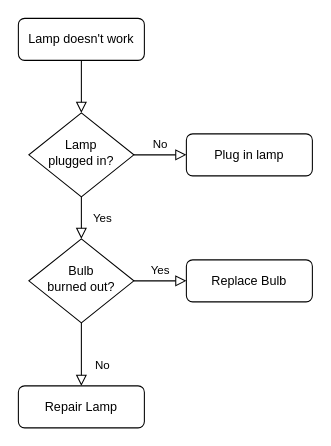
This is FlowChart4Project_Diagram.drawio from rccsawa11/CIS18A_Final, a draw.io file, before an edit. Source tidied: cells renumbered, new cells numbered last; positions are measured from the earlier drawing's top-left corner, leaving out a move shared by most shapes. Both pictures are drawn from the tidied source at 105%, with x=0, y=0 at pixel (18, 18).
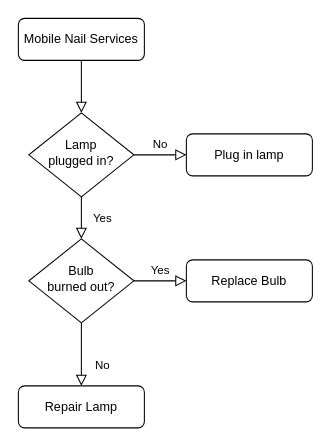
The same page after the edit.

What changed in the source:
```diff
@@
 <mxGraphModel>
   <root>
     <mxCell id="0" />
     <mxCell id="1" parent="0" />
     <mxCell id="2" style="rounded=0;html=1;jettySize=auto;fontSize=11;endArrow=block;endFill=0;endSize=8;strokeWidth=1;shadow=0;labelBackgroundColor=none;edgeStyle=orthogonalEdgeStyle;" parent="1" edge="1" source="3" target="6">
       <mxGeometry relative="1" as="geometry" />
     </mxCell>
-    <mxCell id="3" value="Lamp doesn't work" style="rounded=1;whiteSpace=wrap;html=1;fontSize=12;glass=0;strokeWidth=1;shadow=0;" parent="1" vertex="1">
+    <mxCell id="3" value="Mobile Nail Services" style="rounded=1;whiteSpace=wrap;html=1;fontSize=12;glass=0;strokeWidth=1;shadow=0;" parent="1" vertex="1">
       <mxGeometry width="120" height="40" as="geometry" />
     </mxCell>
     <mxCell id="4" value="Yes" style="rounded=0;html=1;jettySize=auto;fontSize=11;endArrow=block;endFill=0;endSize=8;strokeWidth=1;shadow=0;labelBackgroundColor=none;edgeStyle=orthogonalEdgeStyle;" parent="1" edge="1" source="6" target="10">
       <mxGeometry y="20" relative="1" as="geometry" />
     </mxCell>
     <mxCell id="5" value="No" style="edgeStyle=orthogonalEdgeStyle;rounded=0;html=1;jettySize=auto;fontSize=11;endArrow=block;endFill=0;endSize=8;strokeWidth=1;shadow=0;labelBackgroundColor=none;" parent="1" edge="1" source="6" target="7">
       <mxGeometry y="10" relative="1" as="geometry" />
     </mxCell>
     <mxCell id="6" value="Lamp&lt;br&gt;plugged in?" style="rhombus;whiteSpace=wrap;html=1;shadow=0;fontFamily=Helvetica;fontSize=12;align=center;strokeWidth=1;spacing=6;spacingTop=-4;" parent="1" vertex="1">
       <mxGeometry x="10" y="90" width="100" height="80" as="geometry" />
     </mxCell>
     <mxCell id="7" value="Plug in lamp" style="rounded=1;whiteSpace=wrap;html=1;fontSize=12;glass=0;strokeWidth=1;shadow=0;" parent="1" vertex="1">
       <mxGeometry x="160" y="110" width="120" height="40" as="geometry" />
     </mxCell>
     <mxCell id="8" value="No" style="rounded=0;html=1;jettySize=auto;fontSize=11;endArrow=block;endFill=0;endSize=8;strokeWidth=1;shadow=0;labelBackgroundColor=none;edgeStyle=orthogonalEdgeStyle;" parent="1" edge="1" source="10" target="11">
       <mxGeometry x="0.33" y="20" relative="1" as="geometry" />
     </mxCell>
     <mxCell id="9" value="Yes" style="edgeStyle=orthogonalEdgeStyle;rounded=0;html=1;jettySize=auto;fontSize=11;endArrow=block;endFill=0;endSize=8;strokeWidth=1;shadow=0;labelBackgroundColor=none;" parent="1" edge="1" source="10" target="12">
       <mxGeometry y="10" relative="1" as="geometry" />
     </mxCell>
     <mxCell id="10" value="Bulb&lt;br&gt;burned out?" style="rhombus;whiteSpace=wrap;html=1;shadow=0;fontFamily=Helvetica;fontSize=12;align=center;strokeWidth=1;spacing=6;spacingTop=-4;" parent="1" vertex="1">
       <mxGeometry x="10" y="210" width="100" height="80" as="geometry" />
     </mxCell>
     <mxCell id="11" value="Repair Lamp" style="rounded=1;whiteSpace=wrap;html=1;fontSize=12;glass=0;strokeWidth=1;shadow=0;" parent="1" vertex="1">
       <mxGeometry y="350" width="120" height="40" as="geometry" />
     </mxCell>
     <mxCell id="12" value="Replace Bulb" style="rounded=1;whiteSpace=wrap;html=1;fontSize=12;glass=0;strokeWidth=1;shadow=0;" parent="1" vertex="1">
       <mxGeometry x="160" y="230" width="120" height="40" as="geometry" />
     </mxCell>
   </root>
 </mxGraphModel>
```
